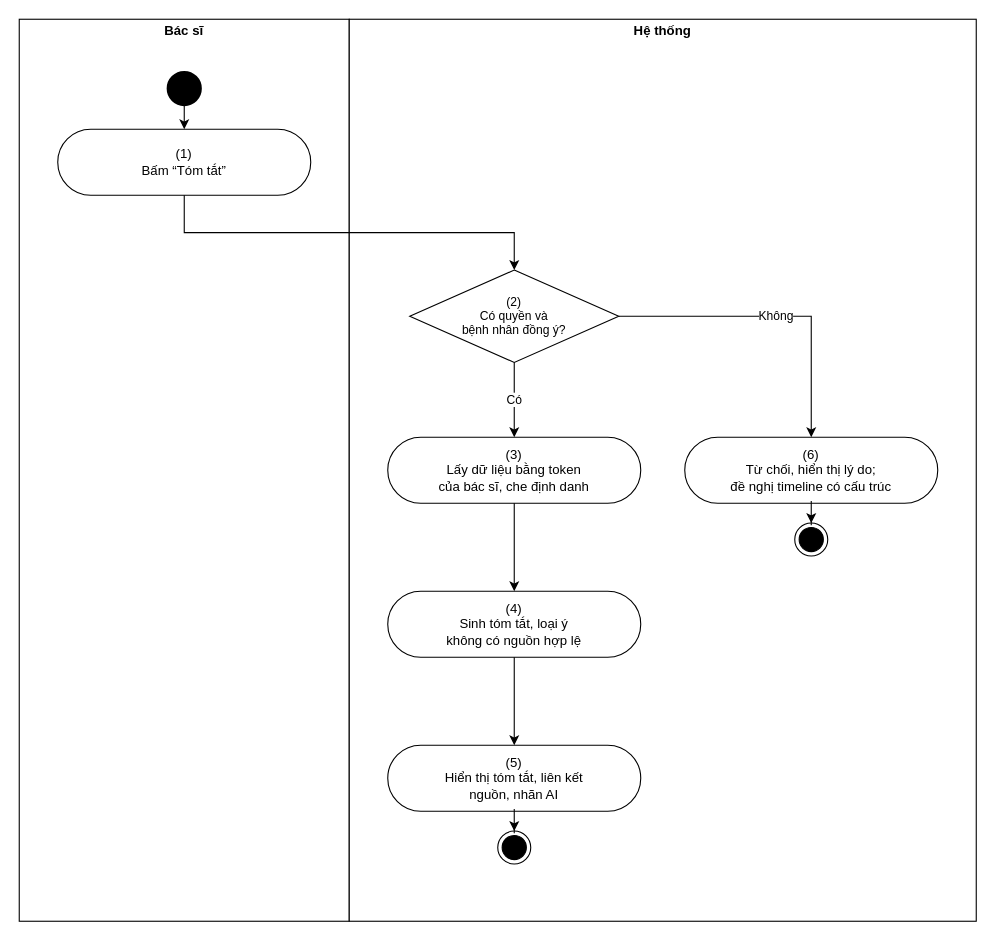
The draw.io diagram page "UC 34 Summarize a patient record with AI" (3 of 5) of docs/02-requirements/srs/dist/diagrams/10-activity-ai.drawio in viethung12062005/smart-hospital-platform, before the edit. Source tidied: cells renumbered, new cells numbered last; positions are measured from the earlier drawing's top-left corner, leaving out a move shared by most shapes. Both pictures are drawn from the tidied source at 110%, with x=0, y=0 at pixel (19, 19).
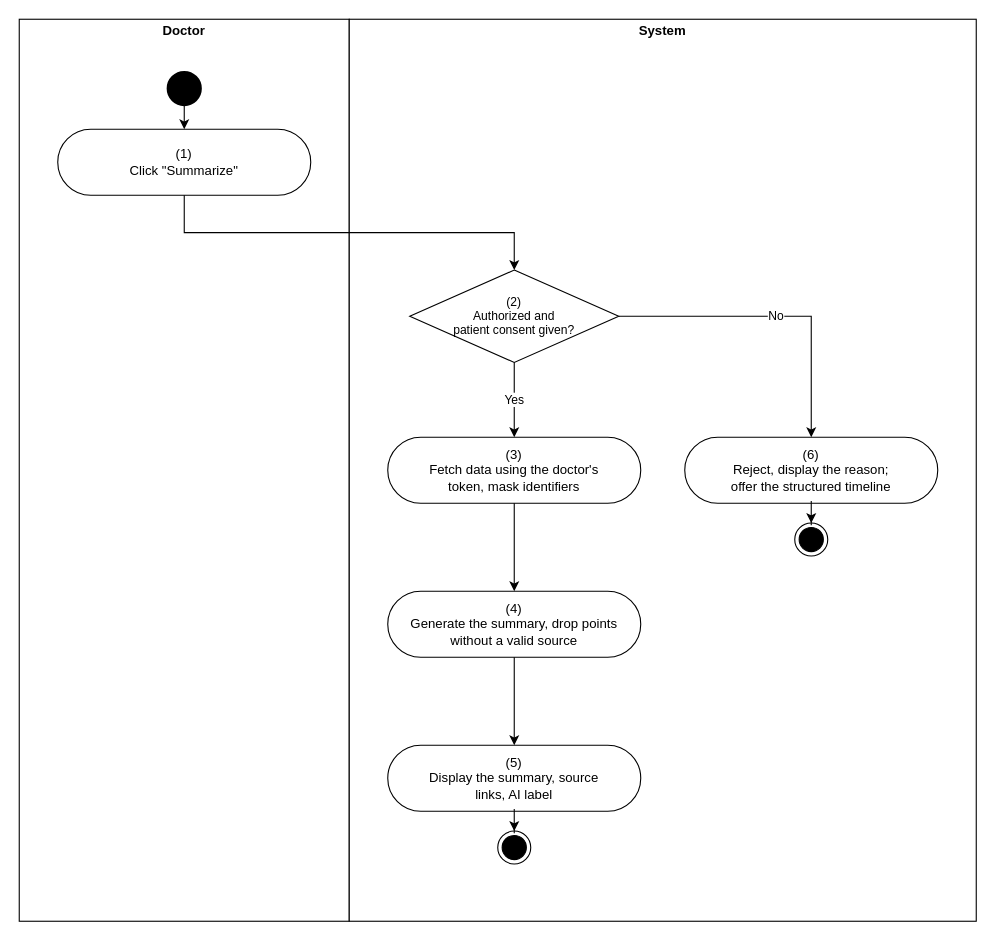
The same diagram, later.

Change to the diagram source:
```diff
@@
-    <mxCell id="2" value="&lt;p style=&quot;margin:0px;margin-top:4px;text-align:center&quot;&gt;&lt;b&gt;Bác sĩ&lt;/b&gt;&lt;/p&gt;" style="verticalAlign=top;align=left;overflow=fill;fontSize=12;fontFamily=Helvetica;html=1;rounded=0;shadow=0;strokeColor=#000000;gradientColor=none;whiteSpace=wrap;" parent="1" vertex="1">
+    <mxCell id="2" value="&lt;p style=&quot;margin:0px;margin-top:4px;text-align:center&quot;&gt;&lt;b&gt;Doctor&lt;/b&gt;&lt;/p&gt;" style="verticalAlign=top;align=left;overflow=fill;fontSize=12;fontFamily=Helvetica;html=1;rounded=0;shadow=0;strokeColor=#000000;gradientColor=none;whiteSpace=wrap;" parent="1" vertex="1">
       <mxGeometry width="300" height="820" as="geometry" />
     </mxCell>
-    <mxCell id="3" value="&lt;p style=&quot;margin:0px;margin-top:4px;text-align:center&quot;&gt;&lt;b&gt;Hệ thống&lt;/b&gt;&lt;/p&gt;" style="verticalAlign=top;align=left;overflow=fill;fontSize=12;fontFamily=Helvetica;html=1;rounded=0;shadow=0;strokeColor=#000000;gradientColor=none;whiteSpace=wrap;" parent="1" vertex="1">
+    <mxCell id="3" value="&lt;p style=&quot;margin:0px;margin-top:4px;text-align:center&quot;&gt;&lt;b&gt;System&lt;/b&gt;&lt;/p&gt;" style="verticalAlign=top;align=left;overflow=fill;fontSize=12;fontFamily=Helvetica;html=1;rounded=0;shadow=0;strokeColor=#000000;gradientColor=none;whiteSpace=wrap;" parent="1" vertex="1">
       <mxGeometry x="300" width="570" height="820" as="geometry" />
     </mxCell>
-    <mxCell id="4" value="(1)&lt;br&gt;Bấm “Tóm tắt”" style="html=1;dashed=0;whitespace=wrap;shape=mxgraph.dfd.start;rounded=0;shadow=0;strokeColor=#000000;gradientColor=none;whiteSpace=wrap;fontSize=12;" parent="1" vertex="1">
+    <mxCell id="4" value="(1)&lt;br&gt;Click &amp;quot;Summarize&amp;quot;" style="html=1;dashed=0;whitespace=wrap;shape=mxgraph.dfd.start;rounded=0;shadow=0;strokeColor=#000000;gradientColor=none;whiteSpace=wrap;fontSize=12;" parent="1" vertex="1">
       <mxGeometry x="35" y="100" width="230" height="60" as="geometry" />
     </mxCell>
-    <mxCell id="5" value="(2)&lt;br&gt;Có quyền và&lt;br&gt;bệnh nhân đồng ý?" style="rhombus;html=1;whiteSpace=wrap;strokeColor=#000000;fontSize=11;" parent="1" vertex="1">
+    <mxCell id="5" value="(2)&lt;br&gt;Authorized and&lt;br&gt;patient consent given?" style="rhombus;html=1;whiteSpace=wrap;strokeColor=#000000;fontSize=11;" parent="1" vertex="1">
       <mxGeometry x="355" y="228" width="190" height="84" as="geometry" />
     </mxCell>
-    <mxCell id="6" value="(3)&lt;br&gt;Lấy dữ liệu bằng token&lt;br&gt;của bác sĩ, che định danh" style="html=1;dashed=0;whitespace=wrap;shape=mxgraph.dfd.start;rounded=0;shadow=0;strokeColor=#000000;gradientColor=none;whiteSpace=wrap;fontSize=12;" parent="1" vertex="1">
+    <mxCell id="6" value="(3)&lt;br&gt;Fetch data using the doctor&amp;#x27;s&lt;br&gt;token, mask identifiers" style="html=1;dashed=0;whitespace=wrap;shape=mxgraph.dfd.start;rounded=0;shadow=0;strokeColor=#000000;gradientColor=none;whiteSpace=wrap;fontSize=12;" parent="1" vertex="1">
       <mxGeometry x="335" y="380" width="230" height="60" as="geometry" />
     </mxCell>
-    <mxCell id="7" value="(4)&lt;br&gt;Sinh tóm tắt, loại ý&lt;br&gt;không có nguồn hợp lệ" style="html=1;dashed=0;whitespace=wrap;shape=mxgraph.dfd.start;rounded=0;shadow=0;strokeColor=#000000;gradientColor=none;whiteSpace=wrap;fontSize=12;" parent="1" vertex="1">
+    <mxCell id="7" value="(4)&lt;br&gt;Generate the summary, drop points&lt;br&gt;without a valid source" style="html=1;dashed=0;whitespace=wrap;shape=mxgraph.dfd.start;rounded=0;shadow=0;strokeColor=#000000;gradientColor=none;whiteSpace=wrap;fontSize=12;" parent="1" vertex="1">
       <mxGeometry x="335" y="520" width="230" height="60" as="geometry" />
     </mxCell>
-    <mxCell id="8" value="(5)&lt;br&gt;Hiển thị tóm tắt, liên kết&lt;br&gt;nguồn, nhãn AI" style="html=1;dashed=0;whitespace=wrap;shape=mxgraph.dfd.start;rounded=0;shadow=0;strokeColor=#000000;gradientColor=none;whiteSpace=wrap;fontSize=12;" parent="1" vertex="1">
+    <mxCell id="8" value="(5)&lt;br&gt;Display the summary, source&lt;br&gt;links, AI label" style="html=1;dashed=0;whitespace=wrap;shape=mxgraph.dfd.start;rounded=0;shadow=0;strokeColor=#000000;gradientColor=none;whiteSpace=wrap;fontSize=12;" parent="1" vertex="1">
       <mxGeometry x="335" y="660" width="230" height="60" as="geometry" />
     </mxCell>
-    <mxCell id="9" value="(6)&lt;br&gt;Từ chối, hiển thị lý do;&lt;br&gt;đề nghị timeline có cấu trúc" style="html=1;dashed=0;whitespace=wrap;shape=mxgraph.dfd.start;rounded=0;shadow=0;strokeColor=#000000;gradientColor=none;whiteSpace=wrap;fontSize=12;" parent="1" vertex="1">
+    <mxCell id="9" value="(6)&lt;br&gt;Reject, display the reason;&lt;br&gt;offer the structured timeline" style="html=1;dashed=0;whitespace=wrap;shape=mxgraph.dfd.start;rounded=0;shadow=0;strokeColor=#000000;gradientColor=none;whiteSpace=wrap;fontSize=12;" parent="1" vertex="1">
       <mxGeometry x="605" y="380" width="230" height="60" as="geometry" />
     </mxCell>
@@
-    <mxCell id="13" value="Có" style="edgeStyle=orthogonalEdgeStyle;rounded=0;jettySize=auto;html=1;exitX=0.5;exitY=1;exitDx=0;exitDy=0;entryX=0.5;entryY=0;entryDx=0;entryDy=0;" parent="1" edge="1" source="5" target="6">
+    <mxCell id="13" value="Yes" style="edgeStyle=orthogonalEdgeStyle;rounded=0;jettySize=auto;html=1;exitX=0.5;exitY=1;exitDx=0;exitDy=0;entryX=0.5;entryY=0;entryDx=0;entryDy=0;" parent="1" edge="1" source="5" target="6">
       <mxGeometry relative="1" as="geometry" />
     </mxCell>
-    <mxCell id="14" value="Không" style="edgeStyle=orthogonalEdgeStyle;rounded=0;jettySize=auto;html=1;exitX=1;exitY=0.5;exitDx=0;exitDy=0;entryX=0.5;entryY=0;entryDx=0;entryDy=0;" parent="1" edge="1" source="5" target="9">
+    <mxCell id="14" value="No" style="edgeStyle=orthogonalEdgeStyle;rounded=0;jettySize=auto;html=1;exitX=1;exitY=0.5;exitDx=0;exitDy=0;entryX=0.5;entryY=0;entryDx=0;entryDy=0;" parent="1" edge="1" source="5" target="9">
       <mxGeometry relative="1" as="geometry" />
     </mxCell>
```
